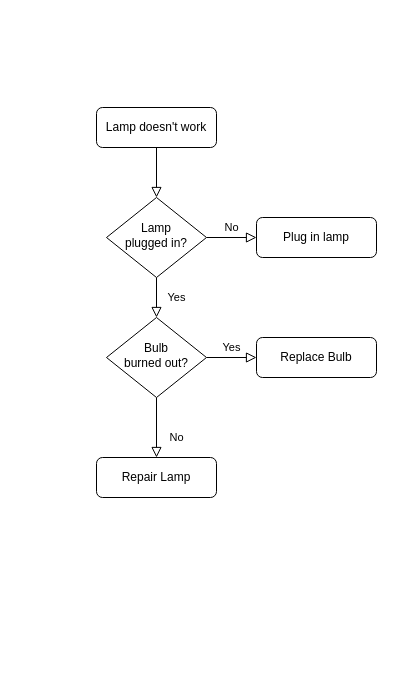
Before: Untitled Diagram.drawio in KenKoorn/2022p2flex, a draw.io diagram. Source tidied: cells renumbered, new cells numbered last; positions are measured from the earlier drawing's top-left corner, leaving out a move shared by most shapes. Both pictures are drawn from the tidied source at 100%, with x=0, y=0 at pixel (96, 107).
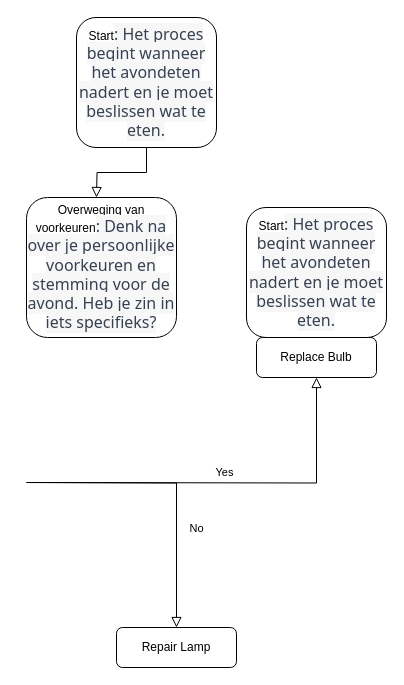
Above is the later version.

The edit, as a diff of the source:
```diff
@@
 <mxGraphModel>
   <root>
     <mxCell id="0" />
     <mxCell id="1" parent="0" />
-    <mxCell id="2" style="rounded=0;html=1;jettySize=auto;fontSize=11;endArrow=block;endFill=0;endSize=8;strokeWidth=1;shadow=0;labelBackgroundColor=none;edgeStyle=orthogonalEdgeStyle;" parent="1" edge="1" source="3" target="6">
-      <mxGeometry relative="1" as="geometry" />
+    <mxCell id="2" style="rounded=0;html=1;jettySize=auto;fontSize=11;endArrow=block;endFill=0;endSize=8;strokeWidth=1;shadow=0;labelBackgroundColor=none;edgeStyle=orthogonalEdgeStyle;" parent="1" edge="1" source="3">
+      <mxGeometry relative="1" as="geometry">
+        <mxPoint y="90" as="targetPoint" />
+      </mxGeometry>
     </mxCell>
-    <mxCell id="3" value="Lamp doesn't work" style="rounded=1;whiteSpace=wrap;html=1;fontSize=12;glass=0;strokeWidth=1;shadow=0;" parent="1" vertex="1">
-      <mxGeometry width="120" height="40" as="geometry" />
+    <mxCell id="3" value="Start&lt;span style=&quot;color: rgb(55, 65, 81); font-family: Söhne, ui-sans-serif, system-ui, -apple-system, &amp;quot;Segoe UI&amp;quot;, Roboto, Ubuntu, Cantarell, &amp;quot;Noto Sans&amp;quot;, sans-serif, &amp;quot;Helvetica Neue&amp;quot;, Arial, &amp;quot;Apple Color Emoji&amp;quot;, &amp;quot;Segoe UI Emoji&amp;quot;, &amp;quot;Segoe UI Symbol&amp;quot;, &amp;quot;Noto Color Emoji&amp;quot;; font-size: 16px; text-align: left; background-color: rgb(247, 247, 248);&quot;&gt;: Het proces begint wanneer het avondeten nadert en je moet beslissen wat te eten.&lt;/span&gt;" style="rounded=1;whiteSpace=wrap;html=1;fontSize=12;glass=0;strokeWidth=1;shadow=0;" parent="1" vertex="1">
+      <mxGeometry x="-20" y="-90" width="140" height="130" as="geometry" />
     </mxCell>
-    <mxCell id="4" value="Yes" style="rounded=0;html=1;jettySize=auto;fontSize=11;endArrow=block;endFill=0;endSize=8;strokeWidth=1;shadow=0;labelBackgroundColor=none;edgeStyle=orthogonalEdgeStyle;" parent="1" edge="1" source="6" target="10">
-      <mxGeometry y="20" relative="1" as="geometry" />
-    </mxCell>
-    <mxCell id="5" value="No" style="edgeStyle=orthogonalEdgeStyle;rounded=0;html=1;jettySize=auto;fontSize=11;endArrow=block;endFill=0;endSize=8;strokeWidth=1;shadow=0;labelBackgroundColor=none;" parent="1" edge="1" source="6" target="7">
-      <mxGeometry y="10" relative="1" as="geometry" />
-    </mxCell>
-    <mxCell id="6" value="Lamp&lt;br&gt;plugged in?" style="rhombus;whiteSpace=wrap;html=1;shadow=0;fontFamily=Helvetica;fontSize=12;align=center;strokeWidth=1;spacing=6;spacingTop=-4;" parent="1" vertex="1">
-      <mxGeometry x="10" y="90" width="100" height="80" as="geometry" />
-    </mxCell>
-    <mxCell id="7" value="Plug in lamp" style="rounded=1;whiteSpace=wrap;html=1;fontSize=12;glass=0;strokeWidth=1;shadow=0;" parent="1" vertex="1">
-      <mxGeometry x="160" y="110" width="120" height="40" as="geometry" />
-    </mxCell>
-    <mxCell id="8" value="No" style="rounded=0;html=1;jettySize=auto;fontSize=11;endArrow=block;endFill=0;endSize=8;strokeWidth=1;shadow=0;labelBackgroundColor=none;edgeStyle=orthogonalEdgeStyle;" parent="1" edge="1" source="10" target="11">
-      <mxGeometry x="0.33" y="20" relative="1" as="geometry" />
+    <mxCell id="8" value="No" style="rounded=0;html=1;jettySize=auto;fontSize=11;endArrow=block;endFill=0;endSize=8;strokeWidth=1;shadow=0;labelBackgroundColor=none;edgeStyle=orthogonalEdgeStyle;" parent="1" edge="1" target="11">
+      <mxGeometry x="0.33" y="20" relative="1" as="geometry">
+        <mxPoint x="-70" y="375" as="sourcePoint" />
+      </mxGeometry>
     </mxCell>
-    <mxCell id="9" value="Yes" style="edgeStyle=orthogonalEdgeStyle;rounded=0;html=1;jettySize=auto;fontSize=11;endArrow=block;endFill=0;endSize=8;strokeWidth=1;shadow=0;labelBackgroundColor=none;" parent="1" edge="1" source="10" target="12">
-      <mxGeometry y="10" relative="1" as="geometry" />
+    <mxCell id="9" value="Yes" style="edgeStyle=orthogonalEdgeStyle;rounded=0;html=1;jettySize=auto;fontSize=11;endArrow=block;endFill=0;endSize=8;strokeWidth=1;shadow=0;labelBackgroundColor=none;" parent="1" edge="1" target="12">
+      <mxGeometry y="10" relative="1" as="geometry">
+        <mxPoint x="-70" y="375" as="sourcePoint" />
+      </mxGeometry>
     </mxCell>
-    <mxCell id="10" value="Bulb&lt;br&gt;burned out?" style="rhombus;whiteSpace=wrap;html=1;shadow=0;fontFamily=Helvetica;fontSize=12;align=center;strokeWidth=1;spacing=6;spacingTop=-4;" parent="1" vertex="1">
-      <mxGeometry x="10" y="210" width="100" height="80" as="geometry" />
-    </mxCell>
     <mxCell id="11" value="Repair Lamp" style="rounded=1;whiteSpace=wrap;html=1;fontSize=12;glass=0;strokeWidth=1;shadow=0;" parent="1" vertex="1">
-      <mxGeometry y="350" width="120" height="40" as="geometry" />
+      <mxGeometry x="20" y="520" width="120" height="40" as="geometry" />
     </mxCell>
     <mxCell id="12" value="Replace Bulb" style="rounded=1;whiteSpace=wrap;html=1;fontSize=12;glass=0;strokeWidth=1;shadow=0;" parent="1" vertex="1">
       <mxGeometry x="160" y="230" width="120" height="40" as="geometry" />
     </mxCell>
+    <mxCell id="13" value="Overweging van voorkeuren&lt;span style=&quot;color: rgb(55, 65, 81); font-family: Söhne, ui-sans-serif, system-ui, -apple-system, &amp;quot;Segoe UI&amp;quot;, Roboto, Ubuntu, Cantarell, &amp;quot;Noto Sans&amp;quot;, sans-serif, &amp;quot;Helvetica Neue&amp;quot;, Arial, &amp;quot;Apple Color Emoji&amp;quot;, &amp;quot;Segoe UI Emoji&amp;quot;, &amp;quot;Segoe UI Symbol&amp;quot;, &amp;quot;Noto Color Emoji&amp;quot;; font-size: 16px; text-align: left; background-color: rgb(247, 247, 248);&quot;&gt;: Denk na over je persoonlijke voorkeuren en stemming voor de avond. Heb je zin in iets specifieks?&lt;/span&gt;" style="rounded=1;whiteSpace=wrap;html=1;fontSize=12;glass=0;strokeWidth=1;shadow=0;" parent="1" vertex="1">
+      <mxGeometry x="-70" y="90" width="150" height="140" as="geometry" />
+    </mxCell>
+    <mxCell id="14" value="Start&lt;span style=&quot;color: rgb(55, 65, 81); font-family: Söhne, ui-sans-serif, system-ui, -apple-system, &amp;quot;Segoe UI&amp;quot;, Roboto, Ubuntu, Cantarell, &amp;quot;Noto Sans&amp;quot;, sans-serif, &amp;quot;Helvetica Neue&amp;quot;, Arial, &amp;quot;Apple Color Emoji&amp;quot;, &amp;quot;Segoe UI Emoji&amp;quot;, &amp;quot;Segoe UI Symbol&amp;quot;, &amp;quot;Noto Color Emoji&amp;quot;; font-size: 16px; text-align: left; background-color: rgb(247, 247, 248);&quot;&gt;: Het proces begint wanneer het avondeten nadert en je moet beslissen wat te eten.&lt;/span&gt;" style="rounded=1;whiteSpace=wrap;html=1;fontSize=12;glass=0;strokeWidth=1;shadow=0;" parent="1" vertex="1">
+      <mxGeometry x="150" y="100" width="140" height="130" as="geometry" />
+    </mxCell>
   </root>
 </mxGraphModel>
```
